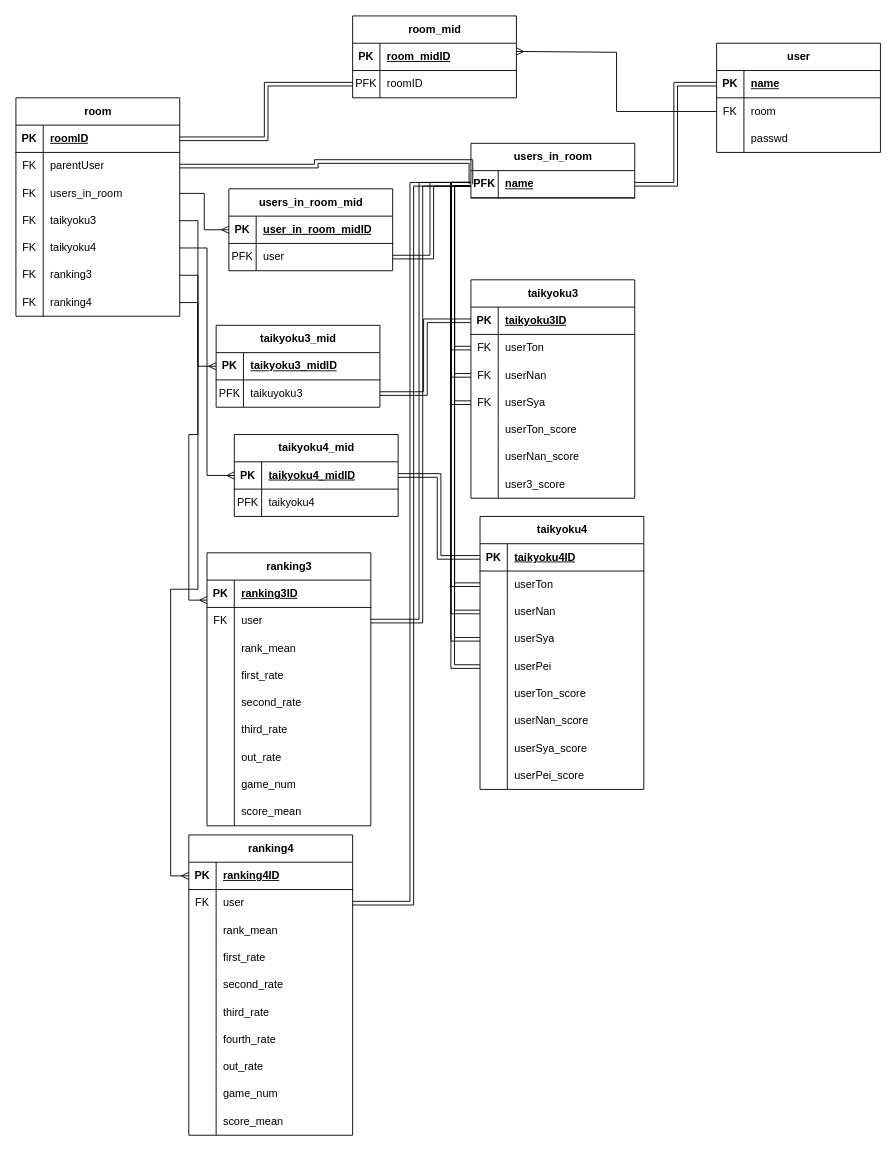
This is PungPals_ER.drawio from kechigon/PungPals, a draw.io file, before an edit. Source tidied: cells renumbered, new cells numbered last; positions are measured from the earlier drawing's top-left corner, leaving out a move shared by most shapes. Both pictures are drawn from the tidied source at 91%, with x=0, y=0 at pixel (15, 15).
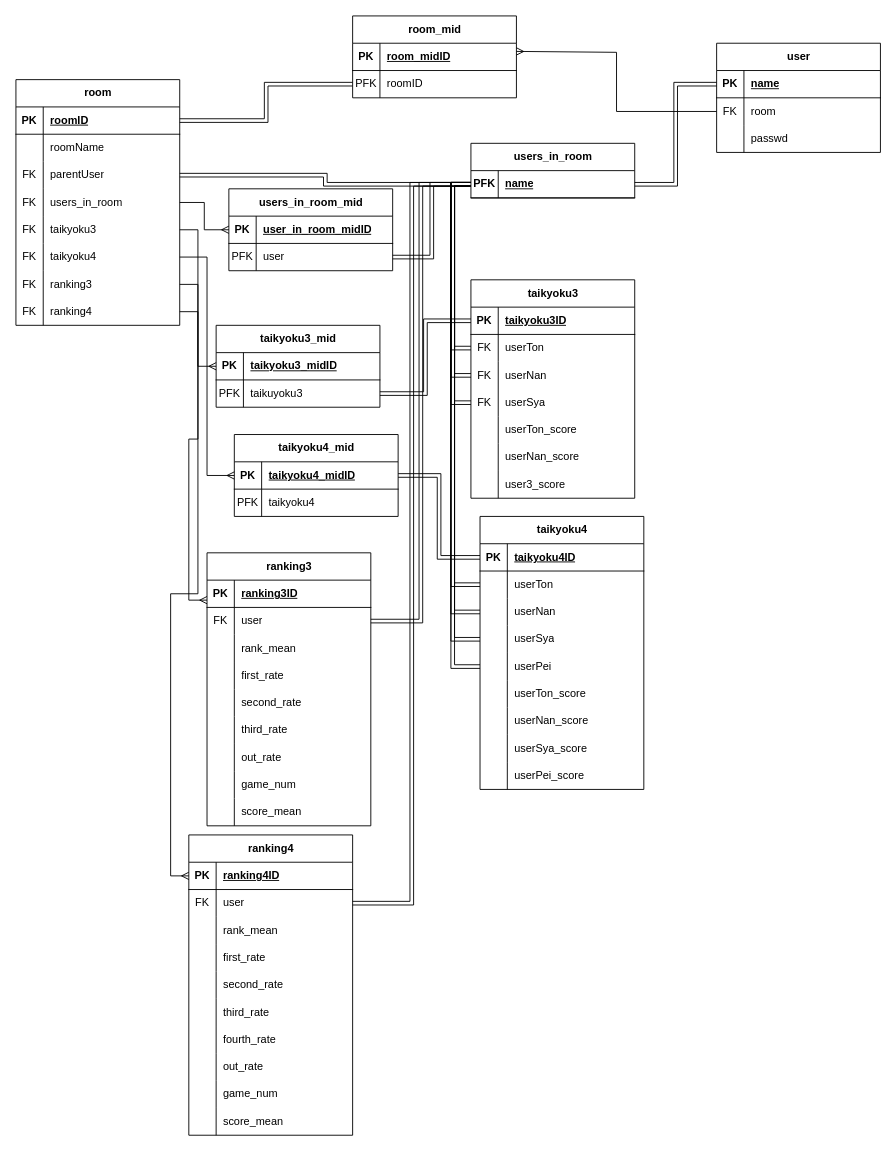
The same diagram, later.

Commit message:
PungPals_ER.drawio を更新します

The change refers to these unchanged cells:
```xml
<mxCell id="54" style="shape=tableRow;horizontal=0;startSize=0;swimlaneHead=0;swimlaneBody=0;fillColor=none;points=[[0,0.5],[1,0.5]];portConstraint=eastwest;top=0;left=0;right=0;bottom=1;" parent="53" vertex="1">
  <mxGeometry y="30" width="180" height="30" as="geometry" />
</mxCell>
```

What changed in the source:
```diff
@@
     <mxCell id="2" value="room" style="shape=table;startSize=30;childLayout=tableLayout;rowLines=0;fontStyle=1;align=center;html=1;" parent="1" vertex="1">
-      <mxGeometry y="90" width="180" height="240" as="geometry" />
+      <mxGeometry y="70" width="180" height="270" as="geometry" />
     </mxCell>
@@
+    <mxCell id="196" style="shape=tableRow;horizontal=0;startSize=0;swimlaneHead=0;swimlaneBody=0;fillColor=none;top=0;left=0;right=0;bottom=0;" parent="2" vertex="1">
+      <mxGeometry y="60" width="180" height="30" as="geometry" />
+    </mxCell>
+    <mxCell id="197" style="shape=partialRectangle;fillColor=none;top=0;left=0;bottom=0;right=0;overflow=hidden;whiteSpace=wrap;html=1;" parent="196" vertex="1">
+      <mxGeometry width="30" height="30" as="geometry" />
+    </mxCell>
+    <mxCell id="198" value="roomName" style="shape=partialRectangle;fillColor=none;top=0;left=0;bottom=0;right=0;align=left;spacingLeft=6;overflow=hidden;whiteSpace=wrap;html=1;" parent="196" vertex="1">
+      <mxGeometry x="30" width="150" height="30" as="geometry" />
+    </mxCell>
     <mxCell id="6" style="shape=tableRow;horizontal=0;startSize=0;swimlaneHead=0;swimlaneBody=0;fillColor=none;points=[[0,0.5],[1,0.5]];portConstraint=eastwest;top=0;left=0;right=0;bottom=0;" parent="2" vertex="1">
-      <mxGeometry y="60" width="180" height="30" as="geometry" />
+      <mxGeometry y="90" width="180" height="30" as="geometry" />
     </mxCell>
@@
     <mxCell id="9" style="shape=tableRow;horizontal=0;startSize=0;swimlaneHead=0;swimlaneBody=0;fillColor=none;points=[[0,0.5],[1,0.5]];portConstraint=eastwest;top=0;left=0;right=0;bottom=0;" parent="2" vertex="1">
-      <mxGeometry y="90" width="180" height="30" as="geometry" />
+      <mxGeometry y="120" width="180" height="30" as="geometry" />
     </mxCell>
@@
     <mxCell id="12" style="shape=tableRow;horizontal=0;startSize=0;swimlaneHead=0;swimlaneBody=0;fillColor=none;points=[[0,0.5],[1,0.5]];portConstraint=eastwest;top=0;left=0;right=0;bottom=0;" parent="2" vertex="1">
-      <mxGeometry y="120" width="180" height="30" as="geometry" />
+      <mxGeometry y="150" width="180" height="30" as="geometry" />
     </mxCell>
@@
     <mxCell id="15" style="shape=tableRow;horizontal=0;startSize=0;swimlaneHead=0;swimlaneBody=0;fillColor=none;points=[[0,0.5],[1,0.5]];portConstraint=eastwest;top=0;left=0;right=0;bottom=0;" parent="2" vertex="1">
-      <mxGeometry y="150" width="180" height="30" as="geometry" />
+      <mxGeometry y="180" width="180" height="30" as="geometry" />
     </mxCell>
@@
     <mxCell id="18" style="shape=tableRow;horizontal=0;startSize=0;swimlaneHead=0;swimlaneBody=0;fillColor=none;points=[[0,0.5],[1,0.5]];portConstraint=eastwest;top=0;left=0;right=0;bottom=0;" parent="2" vertex="1">
-      <mxGeometry y="180" width="180" height="30" as="geometry" />
+      <mxGeometry y="210" width="180" height="30" as="geometry" />
     </mxCell>
@@
     <mxCell id="21" style="shape=tableRow;horizontal=0;startSize=0;swimlaneHead=0;swimlaneBody=0;fillColor=none;points=[[0,0.5],[1,0.5]];portConstraint=eastwest;top=0;left=0;right=0;bottom=0;" parent="2" vertex="1">
-      <mxGeometry y="210" width="180" height="30" as="geometry" />
+      <mxGeometry y="240" width="180" height="30" as="geometry" />
     </mxCell>
@@
-    <mxCell id="59" style="edgeStyle=orthogonalEdgeStyle;rounded=0;jettySize=auto;html=1;entryX=0;entryY=0.5;entryDx=0;entryDy=0;shape=link;" parent="1" edge="1" source="6" target="54">
-      <mxGeometry relative="1" as="geometry">
-        <Array as="points">
-          <mxPoint x="330" y="165" />
-          <mxPoint x="330" y="160" />
-          <mxPoint x="500" y="160" />
-        </Array>
-      </mxGeometry>
-    </mxCell>
@@
+    <mxCell id="59" style="edgeStyle=orthogonalEdgeStyle;rounded=0;jettySize=auto;html=1;entryX=0;entryY=0.5;entryDx=0;entryDy=0;shape=link;" parent="1" edge="1" source="6" target="54">
+      <mxGeometry relative="1" as="geometry" />
+    </mxCell>
```
